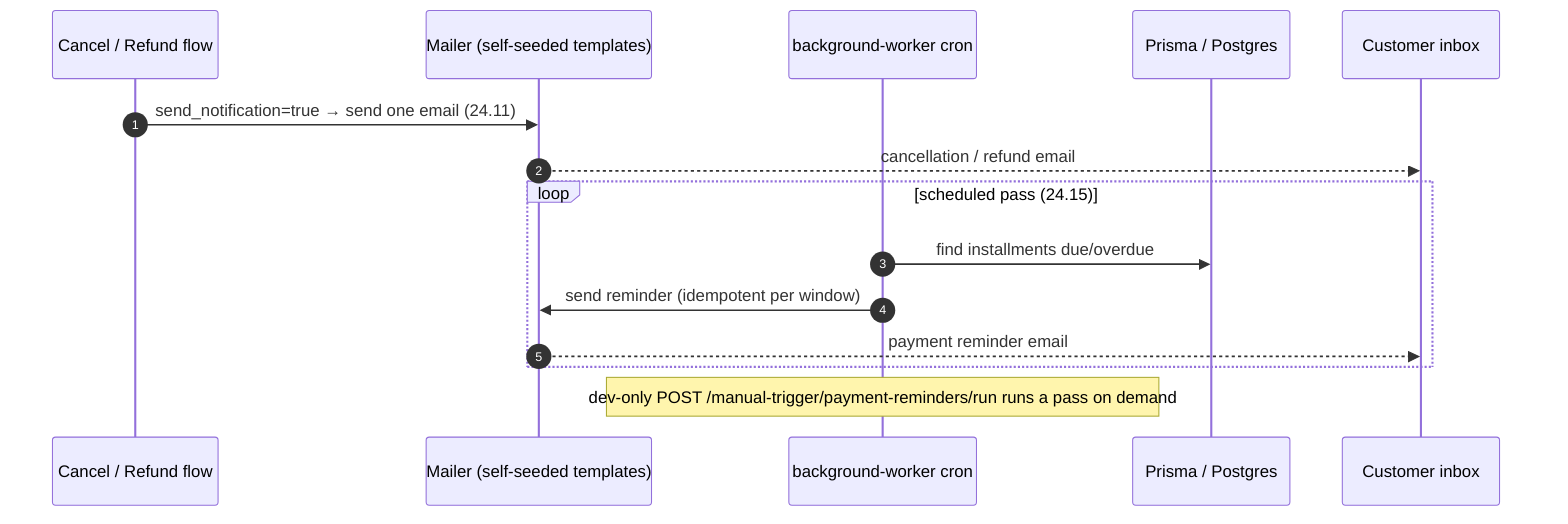
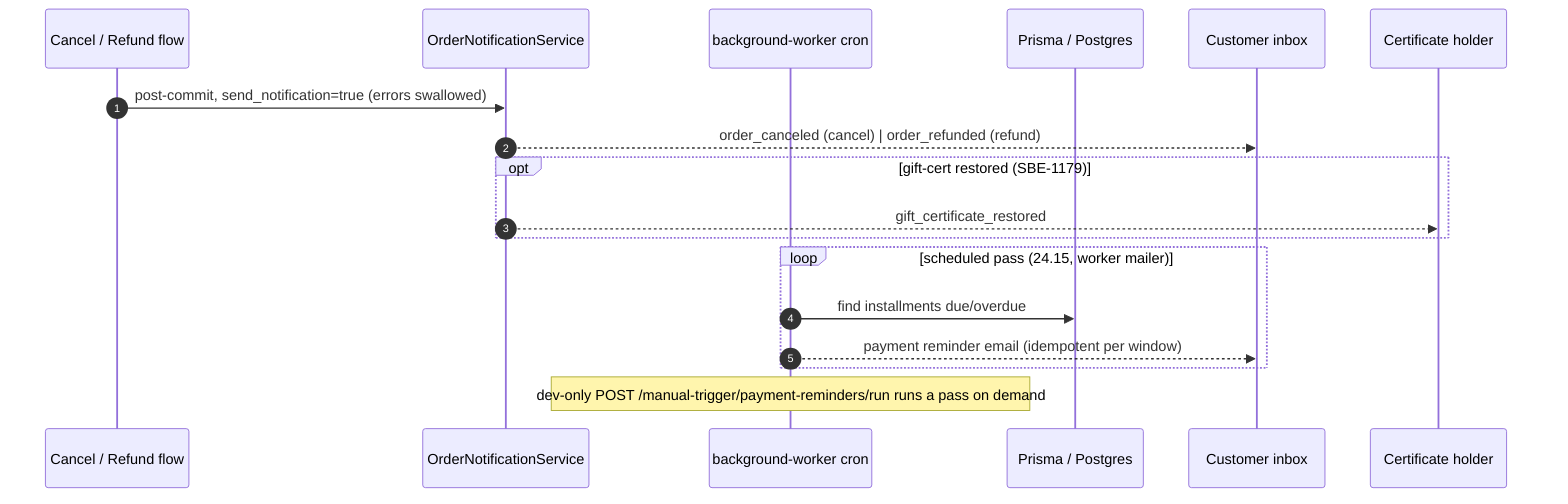
sequenceDiagram
    autonumber
    participant Cancel as Cancel / Refund flow
-     participant M as Mailer (self-seeded templates)
+     participant N as OrderNotificationService
    participant Cron as background-worker cron
    participant DB as Prisma / Postgres
    participant Cust as Customer inbox
-     Cancel->>M: send_notification=true → send one email (24.11)
-     M-->>Cust: cancellation / refund email
-     loop scheduled pass (24.15)
+     participant Holder as Certificate holder
+     Cancel->>N: post-commit, send_notification=true (errors swallowed)
+     N-->>Cust: order_canceled (cancel) | order_refunded (refund)
+     opt gift-cert restored (SBE-1179)
+         N-->>Holder: gift_certificate_restored
+     end
+     loop scheduled pass (24.15, worker mailer)
        Cron->>DB: find installments due/overdue
-         Cron->>M: send reminder (idempotent per window)
-         M-->>Cust: payment reminder email
+         Cron-->>Cust: payment reminder email (idempotent per window)
    end
    Note over Cron: dev-only POST /manual-trigger/payment-reminders/run runs a pass on demand
